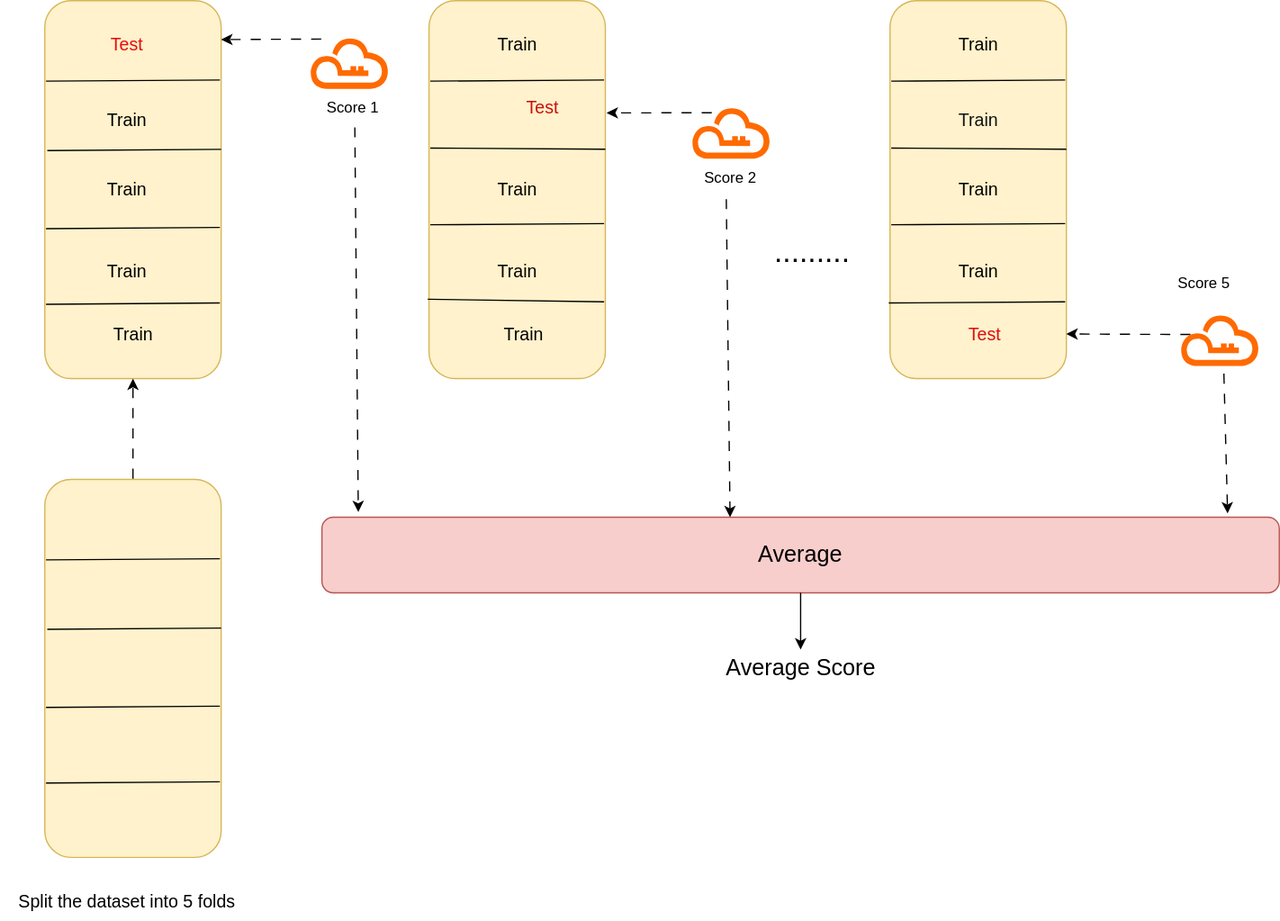
iAmAreza/Cross-validation-with-MLflow keeps this draw.io diagram as images/kFold.svg. Above is the earlier version. Source tidied: cells renumbered, new cells last; positions are measured from the earlier drawing's top-left corner, leaving out a move shared by most shapes. The source it was exported from:
```xml
<mxGraphModel>
  <root>
    <mxCell id="0" />
    <mxCell id="1" parent="0" />
    <mxCell id="2" style="rounded=1;whiteSpace=wrap;html=1;fillColor=#fff2cc;strokeColor=#d6b656;" parent="1" vertex="1">
      <mxGeometry x="35" width="140" height="300" as="geometry" />
    </mxCell>
    <mxCell id="3" value="&lt;font style=&quot;font-size: 14px; color: light-dark(rgb(231, 13, 13), rgb(237, 237, 237));&quot;&gt;Test&lt;/font&gt;" style="text;html=1;align=center;verticalAlign=middle;strokeColor=none;fillColor=none;" parent="1" vertex="1">
      <mxGeometry x="75" y="20" width="50" height="30" as="geometry" />
    </mxCell>
    <mxCell id="4" value="&lt;font style=&quot;font-size: 14px;&quot;&gt;Train&lt;/font&gt;" style="text;html=1;align=center;verticalAlign=middle;strokeColor=none;fillColor=none;" parent="1" vertex="1">
      <mxGeometry x="75" y="80" width="50" height="30" as="geometry" />
    </mxCell>
    <mxCell id="5" value="&lt;font style=&quot;font-size: 14px;&quot;&gt;Train&lt;/font&gt;" style="text;html=1;align=center;verticalAlign=middle;strokeColor=none;fillColor=none;" parent="1" vertex="1">
      <mxGeometry x="75" y="135" width="50" height="30" as="geometry" />
    </mxCell>
    <mxCell id="6" value="&lt;font style=&quot;font-size: 14px;&quot;&gt;Train&lt;/font&gt;" style="text;html=1;align=center;verticalAlign=middle;strokeColor=none;fillColor=none;" parent="1" vertex="1">
      <mxGeometry x="75" y="200" width="50" height="30" as="geometry" />
    </mxCell>
    <mxCell id="7" value="&lt;font style=&quot;font-size: 14px;&quot;&gt;Train&lt;/font&gt;" style="text;html=1;align=center;verticalAlign=middle;strokeColor=none;fillColor=none;" parent="1" vertex="1">
      <mxGeometry x="80" y="250" width="50" height="30" as="geometry" />
    </mxCell>
    <mxCell id="8" style="endArrow=none;html=1;rounded=0;exitX=0.007;exitY=0.213;exitDx=0;exitDy=0;exitPerimeter=0;entryX=0.993;entryY=0.21;entryDx=0;entryDy=0;entryPerimeter=0;" parent="1" edge="1" source="2" target="2">
      <mxGeometry relative="1" as="geometry" />
    </mxCell>
    <mxCell id="9" style="endArrow=none;html=1;rounded=0;exitX=0.007;exitY=0.213;exitDx=0;exitDy=0;exitPerimeter=0;entryX=0.993;entryY=0.21;entryDx=0;entryDy=0;entryPerimeter=0;" parent="1" edge="1">
      <mxGeometry relative="1" as="geometry">
        <mxPoint x="37" y="119" as="sourcePoint" />
        <mxPoint x="175" y="118" as="targetPoint" />
      </mxGeometry>
    </mxCell>
    <mxCell id="10" style="endArrow=none;html=1;rounded=0;exitX=0.007;exitY=0.213;exitDx=0;exitDy=0;exitPerimeter=0;entryX=0.993;entryY=0.21;entryDx=0;entryDy=0;entryPerimeter=0;" parent="1" edge="1">
      <mxGeometry relative="1" as="geometry">
        <mxPoint x="36" y="181" as="sourcePoint" />
        <mxPoint x="174" y="180" as="targetPoint" />
      </mxGeometry>
    </mxCell>
    <mxCell id="11" style="endArrow=none;html=1;rounded=0;exitX=0.007;exitY=0.213;exitDx=0;exitDy=0;exitPerimeter=0;entryX=0.993;entryY=0.21;entryDx=0;entryDy=0;entryPerimeter=0;" parent="1" edge="1">
      <mxGeometry relative="1" as="geometry">
        <mxPoint x="36" y="241" as="sourcePoint" />
        <mxPoint x="174" y="240" as="targetPoint" />
      </mxGeometry>
    </mxCell>
    <mxCell id="12" style="rounded=1;whiteSpace=wrap;html=1;fillColor=#fff2cc;strokeColor=#d6b656;" parent="1" vertex="1">
      <mxGeometry x="35" y="380" width="140" height="300" as="geometry" />
    </mxCell>
    <mxCell id="13" style="endArrow=none;html=1;rounded=0;exitX=0.007;exitY=0.213;exitDx=0;exitDy=0;exitPerimeter=0;entryX=0.993;entryY=0.21;entryDx=0;entryDy=0;entryPerimeter=0;" parent="1" edge="1" source="12" target="12">
      <mxGeometry relative="1" as="geometry" />
    </mxCell>
    <mxCell id="14" style="endArrow=none;html=1;rounded=0;exitX=0.007;exitY=0.213;exitDx=0;exitDy=0;exitPerimeter=0;entryX=0.993;entryY=0.21;entryDx=0;entryDy=0;entryPerimeter=0;" parent="1" edge="1">
      <mxGeometry relative="1" as="geometry">
        <mxPoint x="37" y="499" as="sourcePoint" />
        <mxPoint x="175" y="498" as="targetPoint" />
      </mxGeometry>
    </mxCell>
    <mxCell id="15" style="endArrow=none;html=1;rounded=0;exitX=0.007;exitY=0.213;exitDx=0;exitDy=0;exitPerimeter=0;entryX=0.993;entryY=0.21;entryDx=0;entryDy=0;entryPerimeter=0;" parent="1" edge="1">
      <mxGeometry relative="1" as="geometry">
        <mxPoint x="36" y="561" as="sourcePoint" />
        <mxPoint x="174" y="560" as="targetPoint" />
      </mxGeometry>
    </mxCell>
    <mxCell id="16" style="endArrow=none;html=1;rounded=0;exitX=0.007;exitY=0.213;exitDx=0;exitDy=0;exitPerimeter=0;entryX=0.993;entryY=0.21;entryDx=0;entryDy=0;entryPerimeter=0;" parent="1" edge="1">
      <mxGeometry relative="1" as="geometry">
        <mxPoint x="36" y="621" as="sourcePoint" />
        <mxPoint x="174" y="620" as="targetPoint" />
      </mxGeometry>
    </mxCell>
    <mxCell id="17" style="endArrow=classic;html=1;rounded=0;exitX=0.5;exitY=0;exitDx=0;exitDy=0;entryX=0.5;entryY=1;entryDx=0;entryDy=0;flowAnimation=1;" parent="1" edge="1" source="12" target="2">
      <mxGeometry relative="1" as="geometry" />
    </mxCell>
    <mxCell id="18" style="endArrow=classic;html=1;rounded=0;exitX=0;exitY=0.5;exitDx=0;exitDy=0;entryX=1;entryY=0.103;entryDx=0;entryDy=0;entryPerimeter=0;flowAnimation=1;" parent="1" edge="1" target="2">
      <mxGeometry relative="1" as="geometry">
        <mxPoint x="255" y="30.5" as="sourcePoint" />
      </mxGeometry>
    </mxCell>
    <mxCell id="19" value="Score 1&amp;nbsp;" style="text;html=1;align=center;verticalAlign=middle;points=[];strokeColor=none;fillColor=none;" parent="1" vertex="1">
      <mxGeometry x="246" y="70" width="70" height="30" as="geometry" />
    </mxCell>
    <mxCell id="20" style="rounded=1;whiteSpace=wrap;html=1;fillColor=#fff2cc;strokeColor=#d6b656;" parent="1" vertex="1">
      <mxGeometry x="340" width="140" height="300" as="geometry" />
    </mxCell>
    <mxCell id="21" value="&lt;span style=&quot;font-size: 14px;&quot;&gt;Train&lt;/span&gt;" style="text;html=1;align=center;verticalAlign=middle;strokeColor=none;fillColor=none;" parent="1" vertex="1">
      <mxGeometry x="385" y="20" width="50" height="30" as="geometry" />
    </mxCell>
    <mxCell id="22" value="&lt;span style=&quot;font-size: 14px;&quot;&gt;&lt;font style=&quot;color: light-dark(rgb(204, 15, 15), rgb(237, 237, 237));&quot;&gt;Test&lt;/font&gt;&lt;/span&gt;" style="text;html=1;align=center;verticalAlign=middle;strokeColor=none;fillColor=none;" parent="1" vertex="1">
      <mxGeometry x="405" y="70" width="50" height="30" as="geometry" />
    </mxCell>
    <mxCell id="23" value="&lt;font style=&quot;font-size: 14px;&quot;&gt;Train&lt;/font&gt;" style="text;html=1;align=center;verticalAlign=middle;strokeColor=none;fillColor=none;" parent="1" vertex="1">
      <mxGeometry x="385" y="135" width="50" height="30" as="geometry" />
    </mxCell>
    <mxCell id="24" value="&lt;font style=&quot;font-size: 14px;&quot;&gt;Train&lt;/font&gt;" style="text;html=1;align=center;verticalAlign=middle;strokeColor=none;fillColor=none;" parent="1" vertex="1">
      <mxGeometry x="385" y="200" width="50" height="30" as="geometry" />
    </mxCell>
    <mxCell id="25" value="&lt;font style=&quot;font-size: 14px;&quot;&gt;Train&lt;/font&gt;" style="text;html=1;align=center;verticalAlign=middle;strokeColor=none;fillColor=none;" parent="1" vertex="1">
      <mxGeometry x="390" y="250" width="50" height="30" as="geometry" />
    </mxCell>
    <mxCell id="26" style="endArrow=none;html=1;rounded=0;exitX=0.007;exitY=0.213;exitDx=0;exitDy=0;exitPerimeter=0;entryX=0.993;entryY=0.21;entryDx=0;entryDy=0;entryPerimeter=0;" parent="1" edge="1" source="20" target="20">
      <mxGeometry relative="1" as="geometry" />
    </mxCell>
    <mxCell id="27" style="endArrow=none;html=1;rounded=0;entryX=1;entryY=0.393;entryDx=0;entryDy=0;entryPerimeter=0;exitX=0.007;exitY=0.39;exitDx=0;exitDy=0;exitPerimeter=0;" parent="1" edge="1" source="20" target="20">
      <mxGeometry relative="1" as="geometry" />
    </mxCell>
    <mxCell id="28" style="endArrow=none;html=1;rounded=0;exitX=0.007;exitY=0.593;exitDx=0;exitDy=0;exitPerimeter=0;entryX=0.993;entryY=0.59;entryDx=0;entryDy=0;entryPerimeter=0;" parent="1" edge="1" source="20" target="20">
      <mxGeometry relative="1" as="geometry" />
    </mxCell>
    <mxCell id="29" style="endArrow=none;html=1;rounded=0;exitX=-0.007;exitY=0.79;exitDx=0;exitDy=0;exitPerimeter=0;entryX=0.993;entryY=0.797;entryDx=0;entryDy=0;entryPerimeter=0;" parent="1" edge="1" source="20" target="20">
      <mxGeometry relative="1" as="geometry" />
    </mxCell>
    <mxCell id="30" value="Score 2" style="text;html=1;align=center;verticalAlign=middle;points=[];strokeColor=none;fillColor=none;" parent="1" vertex="1">
      <mxGeometry x="549" y="125.5" width="60" height="30" as="geometry" />
    </mxCell>
    <mxCell id="31" style="endArrow=classic;html=1;rounded=0;entryX=1.007;entryY=0.297;entryDx=0;entryDy=0;entryPerimeter=0;flowAnimation=1;" parent="1" edge="1" target="20">
      <mxGeometry relative="1" as="geometry">
        <mxPoint x="565" y="89" as="sourcePoint" />
      </mxGeometry>
    </mxCell>
    <mxCell id="32" style="rounded=1;whiteSpace=wrap;html=1;fillColor=#fff2cc;strokeColor=#d6b656;" parent="1" vertex="1">
      <mxGeometry x="706" width="140" height="300" as="geometry" />
    </mxCell>
    <mxCell id="33" value="&lt;span style=&quot;font-size: 14px;&quot;&gt;Train&lt;/span&gt;" style="text;html=1;align=center;verticalAlign=middle;strokeColor=none;fillColor=none;" parent="1" vertex="1">
      <mxGeometry x="751" y="20" width="50" height="30" as="geometry" />
    </mxCell>
    <mxCell id="34" value="&lt;font style=&quot;color: light-dark(rgb(18, 18, 18), rgb(255, 155, 155));&quot;&gt;&lt;span style=&quot;font-size: 14px;&quot;&gt;Train&lt;/span&gt;&lt;/font&gt;" style="text;html=1;align=center;verticalAlign=middle;strokeColor=none;fillColor=none;" parent="1" vertex="1">
      <mxGeometry x="751" y="80" width="50" height="30" as="geometry" />
    </mxCell>
    <mxCell id="35" value="&lt;font style=&quot;font-size: 14px;&quot;&gt;Train&lt;/font&gt;" style="text;html=1;align=center;verticalAlign=middle;strokeColor=none;fillColor=none;" parent="1" vertex="1">
      <mxGeometry x="751" y="135" width="50" height="30" as="geometry" />
    </mxCell>
    <mxCell id="36" value="&lt;font style=&quot;font-size: 14px;&quot;&gt;Train&lt;/font&gt;" style="text;html=1;align=center;verticalAlign=middle;strokeColor=none;fillColor=none;" parent="1" vertex="1">
      <mxGeometry x="751" y="200" width="50" height="30" as="geometry" />
    </mxCell>
    <mxCell id="37" value="&lt;span style=&quot;font-size: 14px;&quot;&gt;&lt;font style=&quot;color: light-dark(rgb(219, 15, 15), rgb(237, 237, 237));&quot;&gt;Test&lt;/font&gt;&lt;/span&gt;" style="text;html=1;align=center;verticalAlign=middle;strokeColor=none;fillColor=none;" parent="1" vertex="1">
      <mxGeometry x="756" y="250" width="50" height="30" as="geometry" />
    </mxCell>
    <mxCell id="38" style="endArrow=none;html=1;rounded=0;exitX=0.007;exitY=0.213;exitDx=0;exitDy=0;exitPerimeter=0;entryX=0.993;entryY=0.21;entryDx=0;entryDy=0;entryPerimeter=0;" parent="1" edge="1" source="32" target="32">
      <mxGeometry relative="1" as="geometry" />
    </mxCell>
    <mxCell id="39" style="endArrow=none;html=1;rounded=0;entryX=1;entryY=0.393;entryDx=0;entryDy=0;entryPerimeter=0;exitX=0.007;exitY=0.39;exitDx=0;exitDy=0;exitPerimeter=0;" parent="1" edge="1" source="32" target="32">
      <mxGeometry relative="1" as="geometry" />
    </mxCell>
    <mxCell id="40" style="endArrow=none;html=1;rounded=0;exitX=0.007;exitY=0.593;exitDx=0;exitDy=0;exitPerimeter=0;entryX=0.993;entryY=0.59;entryDx=0;entryDy=0;entryPerimeter=0;" parent="1" edge="1" source="32" target="32">
      <mxGeometry relative="1" as="geometry" />
    </mxCell>
    <mxCell id="41" style="endArrow=none;html=1;rounded=0;entryX=0.993;entryY=0.797;entryDx=0;entryDy=0;entryPerimeter=0;" parent="1" edge="1" target="32">
      <mxGeometry relative="1" as="geometry">
        <mxPoint x="705" y="240" as="sourcePoint" />
      </mxGeometry>
    </mxCell>
    <mxCell id="42" value="Score 5" style="text;html=1;align=center;verticalAlign=middle;strokeColor=none;fillColor=none;" parent="1" vertex="1">
      <mxGeometry x="925" y="210" width="60" height="30" as="geometry" />
    </mxCell>
    <mxCell id="43" style="endArrow=classic;html=1;rounded=0;entryX=1.007;entryY=0.297;entryDx=0;entryDy=0;entryPerimeter=0;exitX=0;exitY=0.5;exitDx=0;exitDy=0;flowAnimation=1;" parent="1" edge="1">
      <mxGeometry relative="1" as="geometry">
        <mxPoint x="945" y="265" as="sourcePoint" />
        <mxPoint x="846" y="264.6" as="targetPoint" />
      </mxGeometry>
    </mxCell>
    <mxCell id="44" value="&lt;font style=&quot;font-size: 24px;&quot;&gt;.........&lt;/font&gt;" style="text;html=1;align=center;verticalAlign=middle;strokeColor=none;fillColor=none;" parent="1" vertex="1">
      <mxGeometry x="604" y="180" width="80" height="40" as="geometry" />
    </mxCell>
    <mxCell id="45" value="&lt;font style=&quot;font-size: 18px;&quot;&gt;Average&lt;/font&gt;" style="rounded=1;whiteSpace=wrap;html=1;fillColor=#f8cecc;strokeColor=#b85450;" parent="1" vertex="1">
      <mxGeometry x="255" y="410" width="760" height="60" as="geometry" />
    </mxCell>
    <mxCell id="46" style="endArrow=classic;html=1;rounded=0;entryX=0.038;entryY=-0.067;entryDx=0;entryDy=0;entryPerimeter=0;flowAnimation=1;" parent="1" edge="1" source="19" target="45">
      <mxGeometry relative="1" as="geometry" />
    </mxCell>
    <mxCell id="47" style="endArrow=classic;html=1;rounded=0;exitX=0.45;exitY=1.05;exitDx=0;exitDy=0;exitPerimeter=0;flowAnimation=1;" parent="1" edge="1" source="30">
      <mxGeometry relative="1" as="geometry">
        <mxPoint x="579" y="410" as="targetPoint" />
      </mxGeometry>
    </mxCell>
    <mxCell id="48" style="endArrow=classic;html=1;rounded=0;exitX=0.5;exitY=1;exitDx=0;exitDy=0;entryX=0.946;entryY=-0.05;entryDx=0;entryDy=0;entryPerimeter=0;flowAnimation=1;" parent="1" edge="1" target="45">
      <mxGeometry relative="1" as="geometry">
        <mxPoint x="971" y="295.5" as="sourcePoint" />
      </mxGeometry>
    </mxCell>
    <mxCell id="49" value="&lt;font style=&quot;font-size: 18px;&quot;&gt;Average Score&lt;/font&gt;" style="text;html=1;align=center;verticalAlign=middle;points=[];strokeColor=none;fillColor=none;" parent="1" vertex="1">
      <mxGeometry x="565" y="510" width="140" height="40" as="geometry" />
    </mxCell>
    <mxCell id="50" style="endArrow=classic;html=1;rounded=0;exitX=0.5;exitY=1;exitDx=0;exitDy=0;entryX=0.5;entryY=0.125;entryDx=0;entryDy=0;entryPerimeter=0;" parent="1" edge="1" source="45" target="49">
      <mxGeometry relative="1" as="geometry" />
    </mxCell>
    <mxCell id="51" value="&lt;font style=&quot;font-size: 14px;&quot;&gt;Split the dataset into 5 folds&lt;/font&gt;" style="text;html=1;align=center;verticalAlign=middle;strokeColor=none;fillColor=none;" parent="1" vertex="1">
      <mxGeometry y="700" width="200" height="30" as="geometry" />
    </mxCell>
    <mxCell id="52" style="html=1;align=center;shadow=0;dashed=0;fillColor=#FF6A00;strokeColor=none;shape=mxgraph.alibaba_cloud.ram_resource_access_management;" parent="1" vertex="1">
      <mxGeometry x="549" y="85.5" width="61.3" height="40" as="geometry" />
    </mxCell>
    <mxCell id="53" style="html=1;align=center;shadow=0;dashed=0;fillColor=#FF6A00;strokeColor=none;shape=mxgraph.alibaba_cloud.ram_resource_access_management;" parent="1" vertex="1">
      <mxGeometry x="937" y="250" width="61.3" height="40" as="geometry" />
    </mxCell>
    <mxCell id="54" style="html=1;align=center;shadow=0;dashed=0;fillColor=#FF6A00;strokeColor=none;shape=mxgraph.alibaba_cloud.ram_resource_access_management;" parent="1" vertex="1">
      <mxGeometry x="246" y="30" width="61.3" height="40" as="geometry" />
    </mxCell>
  </root>
</mxGraphModel>
```
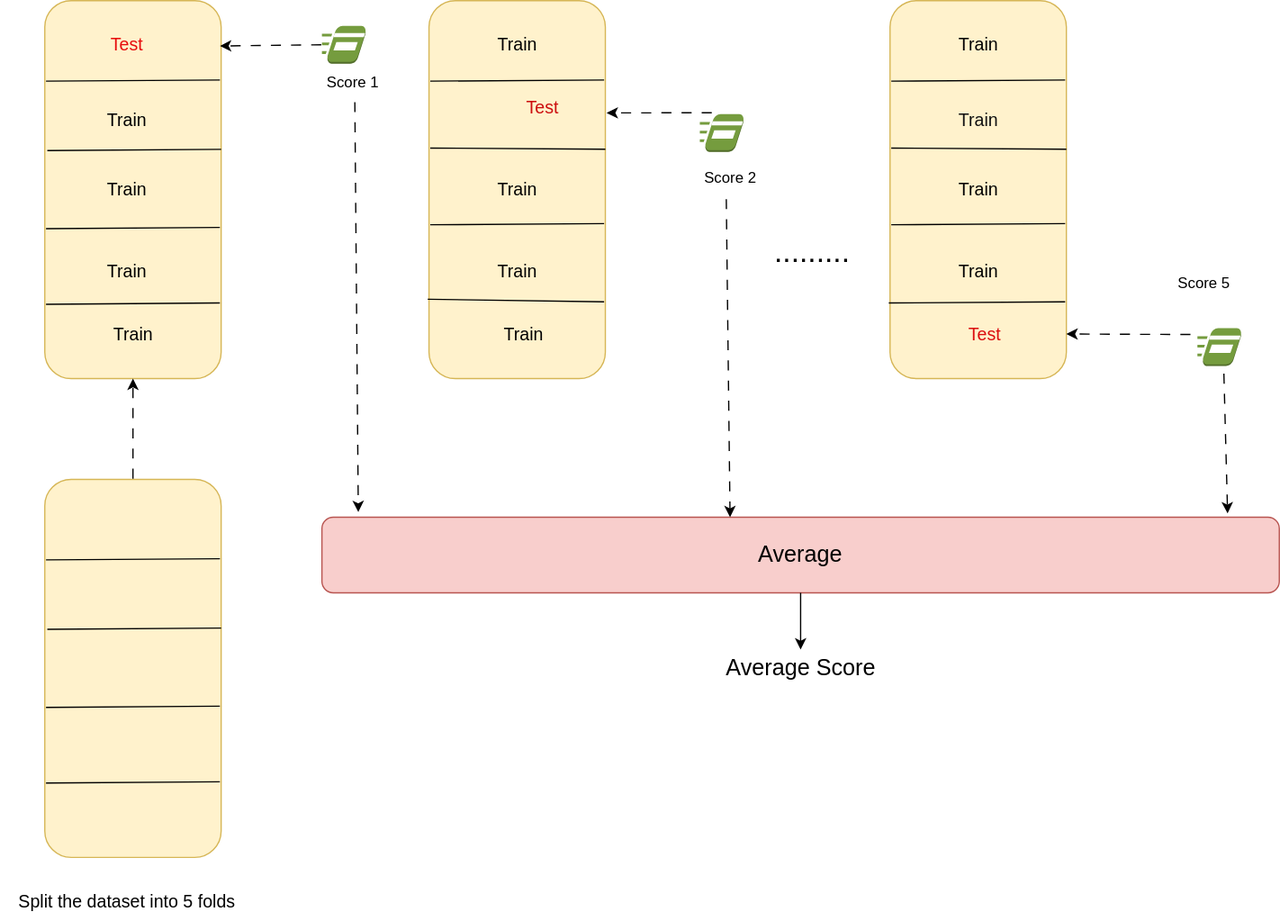
The same file after the commit.

The edit, as a diff of the source:
```diff
@@ -68,13 +68,11 @@
     <mxCell id="17" style="endArrow=classic;html=1;rounded=0;exitX=0.5;exitY=0;exitDx=0;exitDy=0;entryX=0.5;entryY=1;entryDx=0;entryDy=0;flowAnimation=1;" parent="1" edge="1" source="12" target="2">
       <mxGeometry relative="1" as="geometry" />
     </mxCell>
-    <mxCell id="18" style="endArrow=classic;html=1;rounded=0;exitX=0;exitY=0.5;exitDx=0;exitDy=0;entryX=1;entryY=0.103;entryDx=0;entryDy=0;entryPerimeter=0;flowAnimation=1;" parent="1" edge="1" target="2">
-      <mxGeometry relative="1" as="geometry">
-        <mxPoint x="255" y="30.5" as="sourcePoint" />
-      </mxGeometry>
+    <mxCell id="18" style="endArrow=classic;html=1;rounded=0;entryX=0.993;entryY=0.12;entryDx=0;entryDy=0;entryPerimeter=0;flowAnimation=1;exitX=0;exitY=0.5;exitDx=0;exitDy=0;exitPerimeter=0;" parent="1" edge="1" source="55" target="2">
+      <mxGeometry relative="1" as="geometry" />
     </mxCell>
     <mxCell id="19" value="Score 1&amp;nbsp;" style="text;html=1;align=center;verticalAlign=middle;points=[];strokeColor=none;fillColor=none;" parent="1" vertex="1">
-      <mxGeometry x="246" y="70" width="70" height="30" as="geometry" />
+      <mxGeometry x="246" y="50" width="70" height="30" as="geometry" />
     </mxCell>
     <mxCell id="20" style="rounded=1;whiteSpace=wrap;html=1;fillColor=#fff2cc;strokeColor=#d6b656;" parent="1" vertex="1">
       <mxGeometry x="340" width="140" height="300" as="geometry" />
@@ -183,14 +181,14 @@
     <mxCell id="51" value="&lt;font style=&quot;font-size: 14px;&quot;&gt;Split the dataset into 5 folds&lt;/font&gt;" style="text;html=1;align=center;verticalAlign=middle;strokeColor=none;fillColor=none;" parent="1" vertex="1">
       <mxGeometry y="700" width="200" height="30" as="geometry" />
     </mxCell>
-    <mxCell id="52" style="html=1;align=center;shadow=0;dashed=0;fillColor=#FF6A00;strokeColor=none;shape=mxgraph.alibaba_cloud.ram_resource_access_management;" parent="1" vertex="1">
-      <mxGeometry x="549" y="85.5" width="61.3" height="40" as="geometry" />
-    </mxCell>
-    <mxCell id="53" style="html=1;align=center;shadow=0;dashed=0;fillColor=#FF6A00;strokeColor=none;shape=mxgraph.alibaba_cloud.ram_resource_access_management;" parent="1" vertex="1">
-      <mxGeometry x="937" y="250" width="61.3" height="40" as="geometry" />
-    </mxCell>
-    <mxCell id="54" style="html=1;align=center;shadow=0;dashed=0;fillColor=#FF6A00;strokeColor=none;shape=mxgraph.alibaba_cloud.ram_resource_access_management;" parent="1" vertex="1">
-      <mxGeometry x="246" y="30" width="61.3" height="40" as="geometry" />
-    </mxCell>
+    <mxCell id="55" style="outlineConnect=0;dashed=0;verticalLabelPosition=bottom;verticalAlign=top;align=center;html=1;shape=mxgraph.aws3.run_command;fillColor=#759C3E;gradientColor=none;" parent="1" vertex="1">
+      <mxGeometry x="255" y="20" width="35" height="30" as="geometry" />
+    </mxCell>
+    <mxCell id="56" style="dashed=0;verticalLabelPosition=bottom;verticalAlign=top;align=center;html=1;shape=mxgraph.aws3.run_command;fillColor=#759C3E;gradientColor=none;" parent="1" vertex="1">
+      <mxGeometry x="555" y="90" width="35" height="30" as="geometry" />
+    </mxCell>
+    <mxCell id="57" style="dashed=0;verticalLabelPosition=bottom;verticalAlign=top;align=center;html=1;shape=mxgraph.aws3.run_command;fillColor=#759C3E;gradientColor=none;" parent="1" vertex="1">
+      <mxGeometry x="950" y="260" width="35" height="30" as="geometry" />
+    </mxCell>
   </root>
 </mxGraphModel>
```
